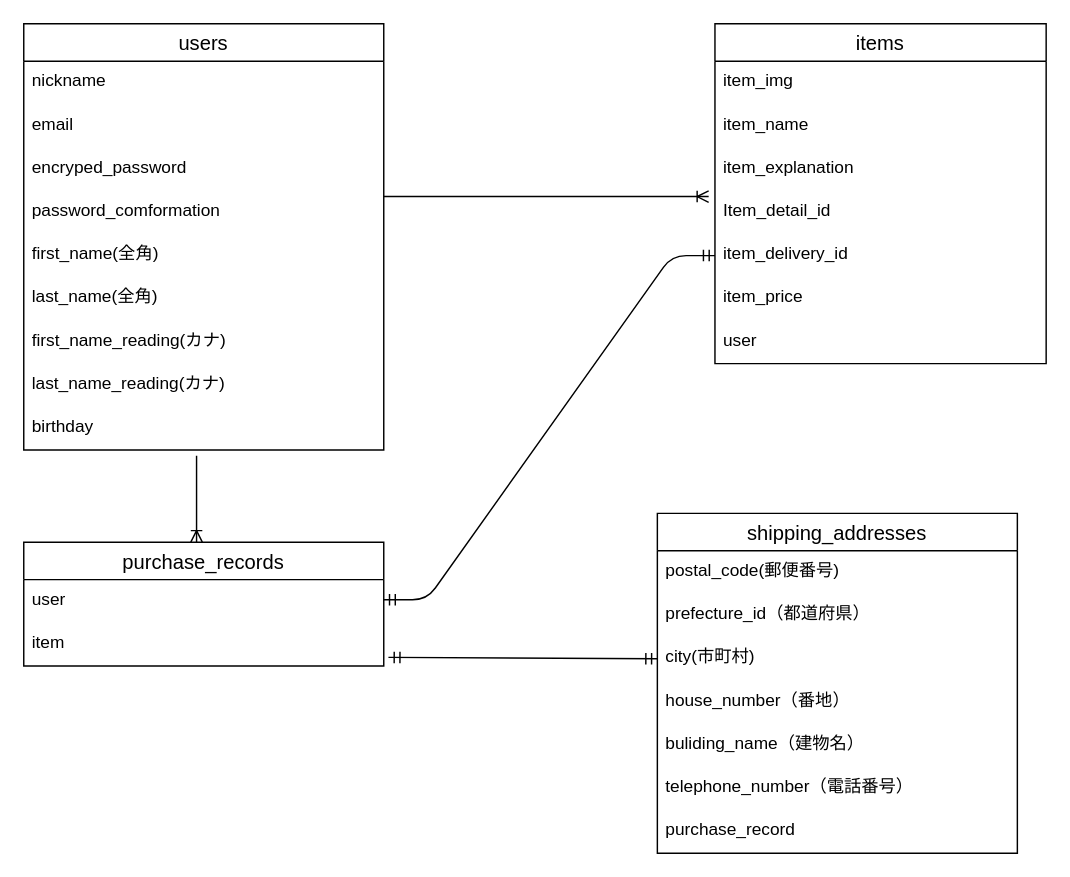
The draw.io diagram page "ページ1" (1 of 2) of ER.dio in upamaru0104/furima-39197, before the edit. Source tidied: cells renumbered, new cells numbered last; positions are measured from the earlier drawing's top-left corner, leaving out a move shared by most shapes. Both pictures are drawn from the tidied source at 144%, with x=0, y=0 at pixel (23, 23).
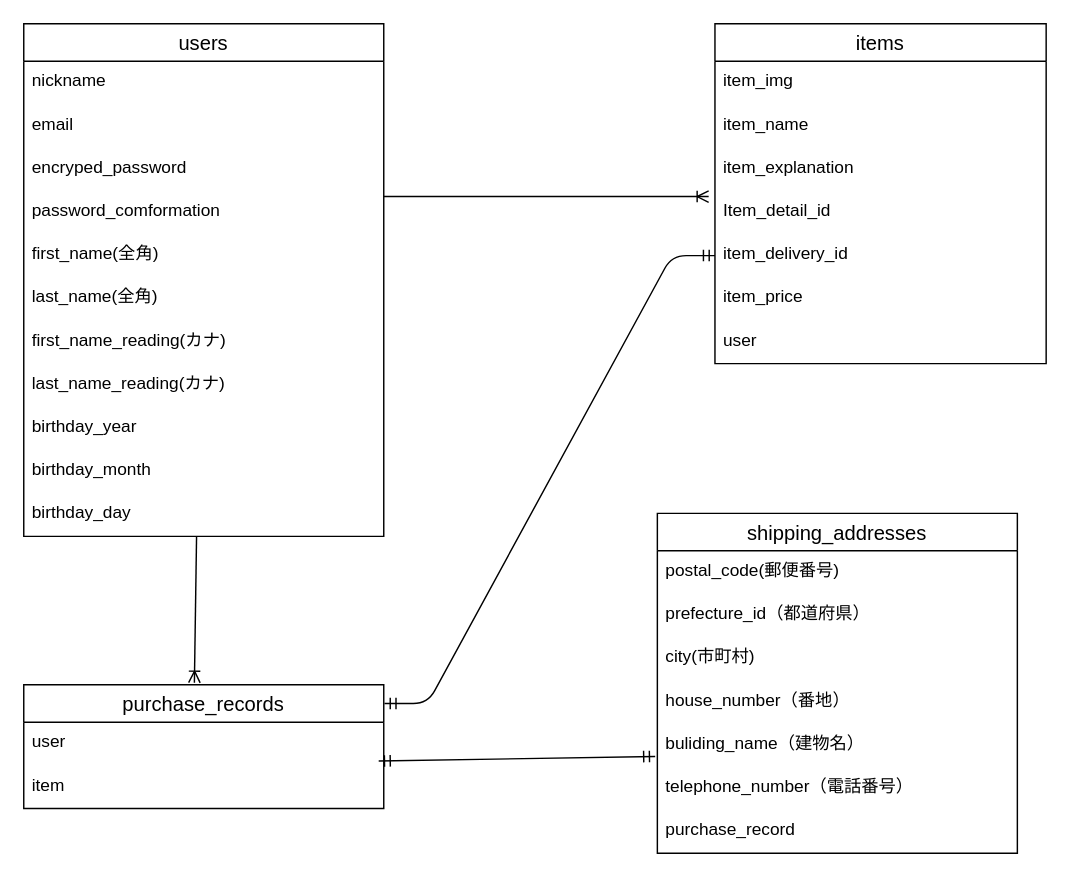
The same diagram, later.

Unchanged cells that the change refers to:
```xml
<mxCell id="17" value="item_delivery_id" style="text;strokeColor=none;fillColor=none;spacingLeft=4;spacingRight=4;overflow=hidden;points=[[0,0.5],[1,0.5]];portConstraint=eastwest;fontSize=12;" parent="12" vertex="1">
  <mxGeometry y="146" width="230" height="30" as="geometry" />
</mxCell>
<mxCell id="22" value="item" style="text;strokeColor=none;fillColor=none;spacingLeft=4;spacingRight=4;overflow=hidden;points=[[0,0.5],[1,0.5]];portConstraint=eastwest;fontSize=12;" parent="20" vertex="1">
  <mxGeometry y="56" width="250" height="30" as="geometry" />
</mxCell>
<mxCell id="26" value="city(市町村)" style="text;strokeColor=none;fillColor=none;spacingLeft=4;spacingRight=4;overflow=hidden;points=[[0,0.5],[1,0.5]];portConstraint=eastwest;fontSize=12;" parent="23" vertex="1">
  <mxGeometry y="86" width="250" height="30" as="geometry" />
</mxCell>
<mxCell id="28" value="buliding_name（建物名）" style="text;strokeColor=none;fillColor=none;spacingLeft=4;spacingRight=4;overflow=hidden;points=[[0,0.5],[1,0.5]];portConstraint=eastwest;fontSize=12;" parent="23" vertex="1">
  <mxGeometry y="146" width="250" height="30" as="geometry" />
</mxCell>
```

The edit, as a diff of the source:
```diff
@@
     <mxCell id="2" value="users" style="swimlane;fontStyle=0;horizontal=1;startSize=26;align=center;fontSize=14;" parent="1" vertex="1">
-      <mxGeometry width="250" height="296" as="geometry" />
+      <mxGeometry width="250" height="356" as="geometry" />
     </mxCell>
@@
-    <mxCell id="11" value="birthday" style="text;strokeColor=none;fillColor=none;spacingLeft=4;spacingRight=4;overflow=hidden;fontSize=12;" parent="2" vertex="1">
+    <mxCell id="11" value="birthday_year" style="text;strokeColor=none;fillColor=none;spacingLeft=4;spacingRight=4;overflow=hidden;fontSize=12;" parent="2" vertex="1">
       <mxGeometry y="266" width="250" height="30" as="geometry" />
     </mxCell>
+    <mxCell id="35" value="birthday_month" style="text;strokeColor=none;fillColor=none;spacingLeft=4;spacingRight=4;overflow=hidden;fontSize=12;" parent="2" vertex="1">
+      <mxGeometry y="296" width="250" height="30" as="geometry" />
+    </mxCell>
+    <mxCell id="36" value="birthday_day" style="text;strokeColor=none;fillColor=none;spacingLeft=4;spacingRight=4;overflow=hidden;fontSize=12;" parent="2" vertex="1">
+      <mxGeometry y="326" width="250" height="30" as="geometry" />
+    </mxCell>
@@
     <mxCell id="20" value="purchase_records" style="swimlane;fontStyle=0;horizontal=1;startSize=26;align=center;fontSize=14;" parent="1" vertex="1">
-      <mxGeometry y="360" width="250" height="86" as="geometry" />
+      <mxGeometry y="459" width="250" height="86" as="geometry" />
     </mxCell>
@@
-    <mxCell id="32" style="fontSize=12;html=1;endArrow=ERoneToMany;" parent="1" edge="1">
+    <mxCell id="32" style="fontSize=12;html=1;endArrow=ERoneToMany;entryX=0.474;entryY=-0.016;entryDx=0;entryDy=0;entryPerimeter=0;" parent="1" edge="1" target="20">
       <mxGeometry relative="1" as="geometry">
-        <mxPoint x="120" y="300" as="sourcePoint" />
-        <mxPoint x="120" y="360" as="targetPoint" />
+        <mxPoint x="120" y="356" as="sourcePoint" />
       </mxGeometry>
     </mxCell>
-    <mxCell id="33" style="edgeStyle=entityRelationEdgeStyle;fontSize=12;html=1;endArrow=ERmandOne;startArrow=ERmandOne;entryX=0;entryY=0.5;entryDx=0;entryDy=0;" parent="1" edge="1" target="17">
-      <mxGeometry relative="1" as="geometry">
-        <mxPoint x="250" y="400" as="sourcePoint" />
-      </mxGeometry>
+    <mxCell id="33" style="edgeStyle=entityRelationEdgeStyle;fontSize=12;html=1;endArrow=ERmandOne;startArrow=ERmandOne;entryX=0;entryY=0.5;entryDx=0;entryDy=0;exitX=1.002;exitY=0.151;exitDx=0;exitDy=0;exitPerimeter=0;" parent="1" edge="1" source="20" target="17">
+      <mxGeometry relative="1" as="geometry" />
     </mxCell>
-    <mxCell id="34" style="fontSize=12;html=1;endArrow=ERmandOne;startArrow=ERmandOne;entryX=0;entryY=0.5;entryDx=0;entryDy=0;exitX=1.013;exitY=0.8;exitDx=0;exitDy=0;exitPerimeter=0;" parent="1" edge="1" source="22" target="26">
+    <mxCell id="34" style="fontSize=12;html=1;endArrow=ERmandOne;startArrow=ERmandOne;entryX=-0.006;entryY=0.76;entryDx=0;entryDy=0;exitX=0.986;exitY=-0.1;exitDx=0;exitDy=0;exitPerimeter=0;entryPerimeter=0;" parent="1" edge="1" source="22" target="28">
       <mxGeometry relative="1" as="geometry" />
     </mxCell>
```
